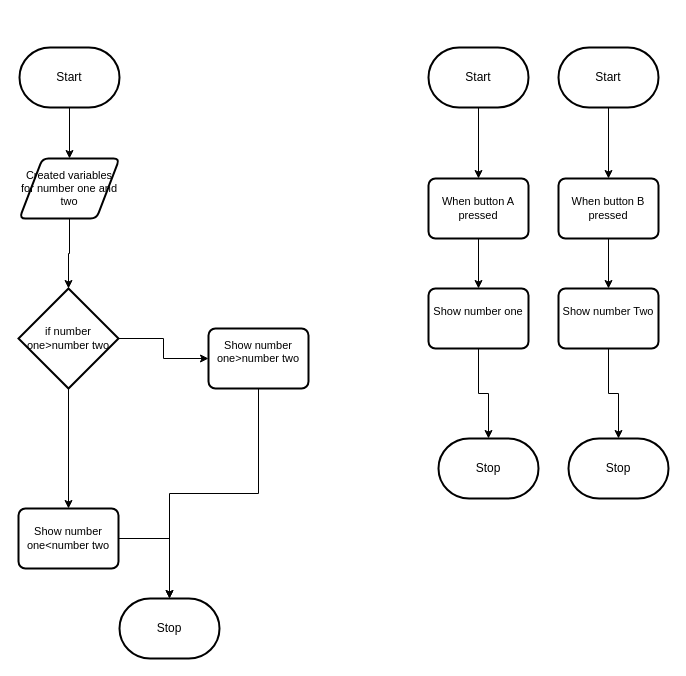
This is design/flowchart.drawio from MTHS-TEJ2O-1-2024/TEJ2O-Unit-2-11B-joos-mwaiteleke, a draw.io file, before an edit. Source tidied: cells renumbered, new cells numbered last; positions are measured from the earlier drawing's top-left corner, leaving out a move shared by most shapes. Both pictures are drawn from the tidied source at 100%, with x=0, y=0 at pixel (18, 47).
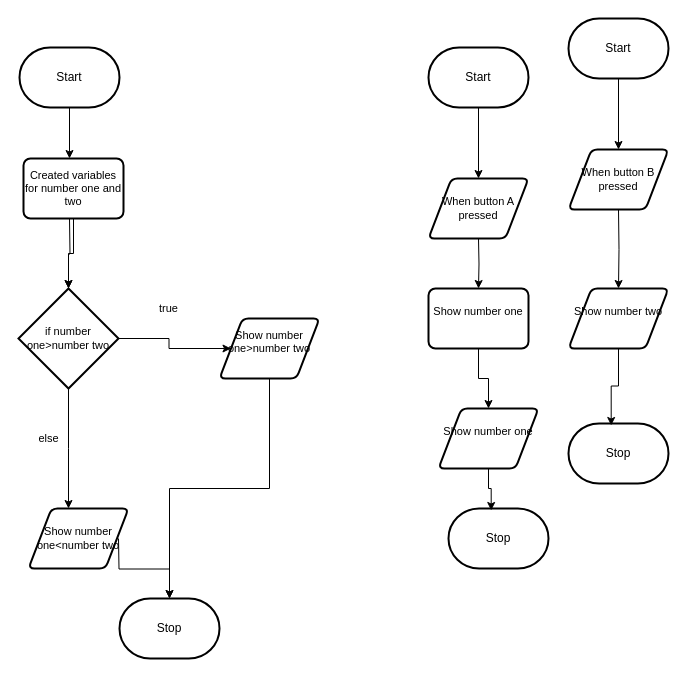
The same page after the edit.

Unchanged cells that the change refers to:
```xml
<mxCell id="3" value="Start" style="strokeWidth=2;html=1;shape=mxgraph.flowchart.terminator;whiteSpace=wrap;" parent="1" vertex="1">
  <mxGeometry x="1" width="100" height="60" as="geometry" />
</mxCell>
<mxCell id="4" value="Stop" style="strokeWidth=2;html=1;shape=mxgraph.flowchart.terminator;whiteSpace=wrap;" parent="1" vertex="1">
  <mxGeometry x="101" y="551" width="100" height="60" as="geometry" />
</mxCell>
<mxCell id="11" value="if number one&amp;gt;number two" style="strokeWidth=2;html=1;shape=mxgraph.flowchart.decision;whiteSpace=wrap;fontFamily=Helvetica;fontSize=11;fontColor=default;" parent="1" vertex="1">
  <mxGeometry y="241" width="100" height="100" as="geometry" />
</mxCell>
<mxCell id="15" value="Start" style="strokeWidth=2;html=1;shape=mxgraph.flowchart.terminator;whiteSpace=wrap;" parent="1" vertex="1">
  <mxGeometry x="410" width="100" height="60" as="geometry" />
</mxCell>
<mxCell id="19" value="Show number one&lt;br&gt;&amp;nbsp;" style="rounded=1;whiteSpace=wrap;html=1;absoluteArcSize=1;arcSize=14;strokeWidth=2;fontFamily=Helvetica;fontSize=11;fontColor=default;" parent="1" vertex="1">
  <mxGeometry x="410" y="241" width="100" height="60" as="geometry" />
</mxCell>
```

Diff of the diagram source:
```diff
@@
-    <mxCell id="2" style="edgeStyle=orthogonalEdgeStyle;shape=connector;rounded=0;html=1;exitX=0.5;exitY=1;exitDx=0;exitDy=0;exitPerimeter=0;entryX=0.5;entryY=0;entryDx=0;entryDy=0;labelBackgroundColor=default;strokeColor=default;fontFamily=Helvetica;fontSize=11;fontColor=default;endArrow=classic;" parent="1" edge="1" source="3" target="8">
-      <mxGeometry relative="1" as="geometry" />
+    <mxCell id="2" style="edgeStyle=orthogonalEdgeStyle;shape=connector;rounded=0;html=1;exitX=0.5;exitY=1;exitDx=0;exitDy=0;exitPerimeter=0;entryX=0.5;entryY=0;entryDx=0;entryDy=0;labelBackgroundColor=default;strokeColor=default;fontFamily=Helvetica;fontSize=11;fontColor=default;endArrow=classic;" parent="1" edge="1" source="3">
+      <mxGeometry relative="1" as="geometry">
+        <mxPoint x="51" y="111" as="targetPoint" />
+      </mxGeometry>
     </mxCell>
@@
-    <mxCell id="5" style="edgeStyle=orthogonalEdgeStyle;shape=connector;rounded=0;html=1;labelBackgroundColor=default;strokeColor=default;fontFamily=Helvetica;fontSize=11;fontColor=default;endArrow=classic;" parent="1" edge="1" source="6" target="4">
-      <mxGeometry relative="1" as="geometry" />
+    <mxCell id="5" style="edgeStyle=orthogonalEdgeStyle;shape=connector;rounded=0;html=1;labelBackgroundColor=default;strokeColor=default;fontFamily=Helvetica;fontSize=11;fontColor=default;endArrow=classic;" parent="1" edge="1" target="4">
+      <mxGeometry relative="1" as="geometry">
+        <mxPoint x="100" y="491" as="sourcePoint" />
+      </mxGeometry>
     </mxCell>
-    <mxCell id="6" value="Show number one&amp;lt;number two" style="rounded=1;whiteSpace=wrap;html=1;absoluteArcSize=1;arcSize=14;strokeWidth=2;fontFamily=Helvetica;fontSize=11;fontColor=default;" parent="1" vertex="1">
-      <mxGeometry y="461" width="100" height="60" as="geometry" />
-    </mxCell>
-    <mxCell id="7" style="edgeStyle=orthogonalEdgeStyle;shape=connector;rounded=0;html=1;exitX=0.5;exitY=1;exitDx=0;exitDy=0;labelBackgroundColor=default;strokeColor=default;fontFamily=Helvetica;fontSize=11;fontColor=default;endArrow=classic;" parent="1" edge="1" source="8" target="11">
-      <mxGeometry relative="1" as="geometry" />
+    <mxCell id="7" style="edgeStyle=orthogonalEdgeStyle;shape=connector;rounded=0;html=1;exitX=0.5;exitY=1;exitDx=0;exitDy=0;labelBackgroundColor=default;strokeColor=default;fontFamily=Helvetica;fontSize=11;fontColor=default;endArrow=classic;" parent="1" edge="1" target="11">
+      <mxGeometry relative="1" as="geometry">
+        <mxPoint x="51" y="171" as="sourcePoint" />
+      </mxGeometry>
     </mxCell>
-    <mxCell id="8" value="Created variables for number one and two" style="shape=parallelogram;html=1;strokeWidth=2;perimeter=parallelogramPerimeter;whiteSpace=wrap;rounded=1;arcSize=12;size=0.23;fontFamily=Helvetica;fontSize=11;fontColor=default;" parent="1" vertex="1">
-      <mxGeometry x="1" y="111" width="100" height="60" as="geometry" />
-    </mxCell>
@@
-    <mxCell id="10" style="edgeStyle=orthogonalEdgeStyle;shape=connector;rounded=0;html=1;exitX=0.5;exitY=1;exitDx=0;exitDy=0;exitPerimeter=0;labelBackgroundColor=default;strokeColor=default;fontFamily=Helvetica;fontSize=11;fontColor=default;endArrow=classic;entryX=0.5;entryY=0;entryDx=0;entryDy=0;" parent="1" edge="1" source="11" target="6">
-      <mxGeometry relative="1" as="geometry" />
+    <mxCell id="10" style="edgeStyle=orthogonalEdgeStyle;shape=connector;rounded=0;html=1;exitX=0.5;exitY=1;exitDx=0;exitDy=0;exitPerimeter=0;labelBackgroundColor=default;strokeColor=default;fontFamily=Helvetica;fontSize=11;fontColor=default;endArrow=classic;entryX=0.5;entryY=0;entryDx=0;entryDy=0;" parent="1" edge="1" source="11">
+      <mxGeometry relative="1" as="geometry">
+        <mxPoint x="50" y="461" as="targetPoint" />
+      </mxGeometry>
     </mxCell>
@@
-    <mxCell id="12" style="edgeStyle=orthogonalEdgeStyle;shape=connector;rounded=0;html=1;labelBackgroundColor=default;strokeColor=default;fontFamily=Helvetica;fontSize=11;fontColor=default;endArrow=classic;" parent="1" edge="1" source="13" target="4">
+    <mxCell id="12" style="edgeStyle=orthogonalEdgeStyle;shape=connector;rounded=0;html=1;labelBackgroundColor=default;strokeColor=default;fontFamily=Helvetica;fontSize=11;fontColor=default;endArrow=classic;exitX=0.5;exitY=1;exitDx=0;exitDy=0;" parent="1" edge="1" source="13" target="4">
       <mxGeometry relative="1" as="geometry" />
     </mxCell>
-    <mxCell id="13" value="Show number one&amp;gt;number two&lt;br&gt;&amp;nbsp;" style="rounded=1;whiteSpace=wrap;html=1;absoluteArcSize=1;arcSize=14;strokeWidth=2;fontFamily=Helvetica;fontSize=11;fontColor=default;" parent="1" vertex="1">
-      <mxGeometry x="190" y="281" width="100" height="60" as="geometry" />
-    </mxCell>
-    <mxCell id="14" style="edgeStyle=orthogonalEdgeStyle;shape=connector;rounded=0;html=1;exitX=0.5;exitY=1;exitDx=0;exitDy=0;exitPerimeter=0;labelBackgroundColor=default;strokeColor=default;fontFamily=Helvetica;fontSize=11;fontColor=default;endArrow=classic;" parent="1" edge="1" source="15" target="17">
-      <mxGeometry relative="1" as="geometry" />
+    <mxCell id="14" style="edgeStyle=orthogonalEdgeStyle;shape=connector;rounded=0;html=1;exitX=0.5;exitY=1;exitDx=0;exitDy=0;exitPerimeter=0;labelBackgroundColor=default;strokeColor=default;fontFamily=Helvetica;fontSize=11;fontColor=default;endArrow=classic;" parent="1" edge="1" source="15">
+      <mxGeometry relative="1" as="geometry">
+        <mxPoint x="460" y="131" as="targetPoint" />
+      </mxGeometry>
     </mxCell>
@@
-    <mxCell id="16" style="edgeStyle=orthogonalEdgeStyle;shape=connector;rounded=0;html=1;exitX=0.5;exitY=1;exitDx=0;exitDy=0;entryX=0.5;entryY=0;entryDx=0;entryDy=0;labelBackgroundColor=default;strokeColor=default;fontFamily=Helvetica;fontSize=11;fontColor=default;endArrow=classic;" parent="1" edge="1" source="17" target="19">
-      <mxGeometry relative="1" as="geometry" />
+    <mxCell id="16" style="edgeStyle=orthogonalEdgeStyle;shape=connector;rounded=0;html=1;exitX=0.5;exitY=1;exitDx=0;exitDy=0;entryX=0.5;entryY=0;entryDx=0;entryDy=0;labelBackgroundColor=default;strokeColor=default;fontFamily=Helvetica;fontSize=11;fontColor=default;endArrow=classic;" parent="1" edge="1" target="19">
+      <mxGeometry relative="1" as="geometry">
+        <mxPoint x="460" y="191" as="sourcePoint" />
+      </mxGeometry>
     </mxCell>
-    <mxCell id="17" value="When button A pressed" style="rounded=1;whiteSpace=wrap;html=1;absoluteArcSize=1;arcSize=14;strokeWidth=2;fontFamily=Helvetica;fontSize=11;fontColor=default;" parent="1" vertex="1">
-      <mxGeometry x="410" y="131" width="100" height="60" as="geometry" />
-    </mxCell>
-    <mxCell id="18" style="edgeStyle=orthogonalEdgeStyle;shape=connector;rounded=0;html=1;exitX=0.5;exitY=1;exitDx=0;exitDy=0;labelBackgroundColor=default;strokeColor=default;fontFamily=Helvetica;fontSize=11;fontColor=default;endArrow=classic;" parent="1" edge="1" source="19" target="20">
-      <mxGeometry relative="1" as="geometry" />
-    </mxCell>
+    <mxCell id="28" style="edgeStyle=orthogonalEdgeStyle;shape=connector;rounded=0;html=1;exitX=0.5;exitY=1;exitDx=0;exitDy=0;entryX=0.5;entryY=0;entryDx=0;entryDy=0;labelBackgroundColor=default;strokeColor=default;fontFamily=Helvetica;fontSize=11;fontColor=default;endArrow=classic;" parent="1" edge="1" source="19" target="33">
+      <mxGeometry relative="1" as="geometry" />
+    </mxCell>
@@
     <mxCell id="20" value="Stop" style="strokeWidth=2;html=1;shape=mxgraph.flowchart.terminator;whiteSpace=wrap;" parent="1" vertex="1">
-      <mxGeometry x="420" y="391" width="100" height="60" as="geometry" />
+      <mxGeometry x="430" y="461" width="100" height="60" as="geometry" />
     </mxCell>
-    <mxCell id="21" style="edgeStyle=orthogonalEdgeStyle;shape=connector;rounded=0;html=1;exitX=0.5;exitY=1;exitDx=0;exitDy=0;exitPerimeter=0;labelBackgroundColor=default;strokeColor=default;fontFamily=Helvetica;fontSize=11;fontColor=default;endArrow=classic;" parent="1" edge="1" source="22" target="24">
-      <mxGeometry relative="1" as="geometry" />
-    </mxCell>
+    <mxCell id="29" value="true" style="text;html=1;align=center;verticalAlign=middle;strokeColor=none;fillColor=none;fontSize=11;fontFamily=Helvetica;fontColor=default;" parent="1" vertex="1">
+      <mxGeometry x="130" y="246" width="40" height="30" as="geometry" />
+    </mxCell>
+    <mxCell id="30" value="else" style="text;html=1;align=center;verticalAlign=middle;strokeColor=none;fillColor=none;fontSize=11;fontFamily=Helvetica;fontColor=default;" parent="1" vertex="1">
+      <mxGeometry x="10" y="376" width="40" height="30" as="geometry" />
+    </mxCell>
+    <mxCell id="31" style="edgeStyle=orthogonalEdgeStyle;shape=connector;rounded=0;html=1;labelBackgroundColor=default;strokeColor=default;fontFamily=Helvetica;fontSize=11;fontColor=default;endArrow=classic;" parent="1" edge="1" source="8" target="11">
+      <mxGeometry relative="1" as="geometry" />
+    </mxCell>
+    <mxCell id="8" value="Created variables for number one and two" style="rounded=1;whiteSpace=wrap;html=1;absoluteArcSize=1;arcSize=14;strokeWidth=2;fontFamily=Helvetica;fontSize=11;fontColor=default;" parent="1" vertex="1">
+      <mxGeometry x="5" y="111" width="100" height="60" as="geometry" />
+    </mxCell>
+    <mxCell id="13" value="Show number one&amp;gt;number two&lt;br&gt;&amp;nbsp;" style="shape=parallelogram;html=1;strokeWidth=2;perimeter=parallelogramPerimeter;whiteSpace=wrap;rounded=1;arcSize=12;size=0.23;fontFamily=Helvetica;fontSize=11;fontColor=default;" parent="1" vertex="1">
+      <mxGeometry x="201" y="271" width="100" height="60" as="geometry" />
+    </mxCell>
+    <mxCell id="6" value="Show number one&amp;lt;number two" style="shape=parallelogram;html=1;strokeWidth=2;perimeter=parallelogramPerimeter;whiteSpace=wrap;rounded=1;arcSize=12;size=0.23;fontFamily=Helvetica;fontSize=11;fontColor=default;" parent="1" vertex="1">
+      <mxGeometry x="10" y="461" width="100" height="60" as="geometry" />
+    </mxCell>
+    <mxCell id="32" style="edgeStyle=orthogonalEdgeStyle;shape=connector;rounded=0;html=1;exitX=0.5;exitY=1;exitDx=0;exitDy=0;entryX=0.427;entryY=0.033;entryDx=0;entryDy=0;entryPerimeter=0;labelBackgroundColor=default;strokeColor=default;fontFamily=Helvetica;fontSize=11;fontColor=default;endArrow=classic;" parent="1" edge="1" source="33" target="20">
+      <mxGeometry relative="1" as="geometry" />
+    </mxCell>
+    <mxCell id="33" value="Show number one&lt;br&gt;&amp;nbsp;" style="shape=parallelogram;html=1;strokeWidth=2;perimeter=parallelogramPerimeter;whiteSpace=wrap;rounded=1;arcSize=12;size=0.23;fontFamily=Helvetica;fontSize=11;fontColor=default;" parent="1" vertex="1">
+      <mxGeometry x="420" y="361" width="100" height="60" as="geometry" />
+    </mxCell>
+    <mxCell id="17" value="When button A pressed" style="shape=parallelogram;html=1;strokeWidth=2;perimeter=parallelogramPerimeter;whiteSpace=wrap;rounded=1;arcSize=12;size=0.23;fontFamily=Helvetica;fontSize=11;fontColor=default;" parent="1" vertex="1">
+      <mxGeometry x="410" y="131" width="100" height="60" as="geometry" />
+    </mxCell>
+    <mxCell id="34" style="edgeStyle=orthogonalEdgeStyle;shape=connector;rounded=0;html=1;exitX=0.5;exitY=1;exitDx=0;exitDy=0;exitPerimeter=0;labelBackgroundColor=default;strokeColor=default;fontFamily=Helvetica;fontSize=11;fontColor=default;endArrow=classic;" parent="1" edge="1" source="22">
+      <mxGeometry relative="1" as="geometry">
+        <mxPoint x="600" y="102" as="targetPoint" />
+      </mxGeometry>
+    </mxCell>
     <mxCell id="22" value="Start" style="strokeWidth=2;html=1;shape=mxgraph.flowchart.terminator;whiteSpace=wrap;" parent="1" vertex="1">
-      <mxGeometry x="540" width="100" height="60" as="geometry" />
+      <mxGeometry x="550" y="-29" width="100" height="60" as="geometry" />
     </mxCell>
-    <mxCell id="23" style="edgeStyle=orthogonalEdgeStyle;shape=connector;rounded=0;html=1;entryX=0.5;entryY=0;entryDx=0;entryDy=0;labelBackgroundColor=default;strokeColor=default;fontFamily=Helvetica;fontSize=11;fontColor=default;endArrow=classic;" parent="1" edge="1" source="24" target="26">
-      <mxGeometry relative="1" as="geometry" />
-    </mxCell>
+    <mxCell id="35" style="edgeStyle=orthogonalEdgeStyle;shape=connector;rounded=0;html=1;exitX=0.5;exitY=1;exitDx=0;exitDy=0;labelBackgroundColor=default;strokeColor=default;fontFamily=Helvetica;fontSize=11;fontColor=default;endArrow=classic;" parent="1" edge="1" target="37">
+      <mxGeometry relative="1" as="geometry">
+        <mxPoint x="600" y="162" as="sourcePoint" />
+      </mxGeometry>
+    </mxCell>
+    <mxCell id="27" value="Stop" style="strokeWidth=2;html=1;shape=mxgraph.flowchart.terminator;whiteSpace=wrap;" parent="1" vertex="1">
+      <mxGeometry x="550" y="376" width="100" height="60" as="geometry" />
+    </mxCell>
+    <mxCell id="36" style="edgeStyle=orthogonalEdgeStyle;shape=connector;rounded=0;html=1;exitX=0.5;exitY=1;exitDx=0;exitDy=0;entryX=0.427;entryY=0.033;entryDx=0;entryDy=0;entryPerimeter=0;labelBackgroundColor=default;strokeColor=default;fontFamily=Helvetica;fontSize=11;fontColor=default;endArrow=classic;" parent="1" edge="1" source="37" target="27">
+      <mxGeometry relative="1" as="geometry" />
+    </mxCell>
+    <mxCell id="37" value="Show number two&lt;br&gt;&amp;nbsp;" style="shape=parallelogram;html=1;strokeWidth=2;perimeter=parallelogramPerimeter;whiteSpace=wrap;rounded=1;arcSize=12;size=0.23;fontFamily=Helvetica;fontSize=11;fontColor=default;" parent="1" vertex="1">
+      <mxGeometry x="550" y="241" width="100" height="60" as="geometry" />
+    </mxCell>
-    <mxCell id="24" value="When button B pressed" style="rounded=1;whiteSpace=wrap;html=1;absoluteArcSize=1;arcSize=14;strokeWidth=2;fontFamily=Helvetica;fontSize=11;fontColor=default;" parent="1" vertex="1">
-      <mxGeometry x="540" y="131" width="100" height="60" as="geometry" />
+    <mxCell id="24" value="When button B pressed" style="shape=parallelogram;html=1;strokeWidth=2;perimeter=parallelogramPerimeter;whiteSpace=wrap;rounded=1;arcSize=12;size=0.23;fontFamily=Helvetica;fontSize=11;fontColor=default;" parent="1" vertex="1">
+      <mxGeometry x="550" y="102" width="100" height="60" as="geometry" />
     </mxCell>
-    <mxCell id="25" style="edgeStyle=orthogonalEdgeStyle;shape=connector;rounded=0;html=1;exitX=0.5;exitY=1;exitDx=0;exitDy=0;labelBackgroundColor=default;strokeColor=default;fontFamily=Helvetica;fontSize=11;fontColor=default;endArrow=classic;" parent="1" edge="1" source="26" target="27">
-      <mxGeometry relative="1" as="geometry" />
-    </mxCell>
-    <mxCell id="26" value="Show number Two&lt;br&gt;&amp;nbsp;" style="rounded=1;whiteSpace=wrap;html=1;absoluteArcSize=1;arcSize=14;strokeWidth=2;fontFamily=Helvetica;fontSize=11;fontColor=default;" parent="1" vertex="1">
-      <mxGeometry x="540" y="241" width="100" height="60" as="geometry" />
-    </mxCell>
-    <mxCell id="27" value="Stop" style="strokeWidth=2;html=1;shape=mxgraph.flowchart.terminator;whiteSpace=wrap;" parent="1" vertex="1">
-      <mxGeometry x="550" y="391" width="100" height="60" as="geometry" />
-    </mxCell>
```
